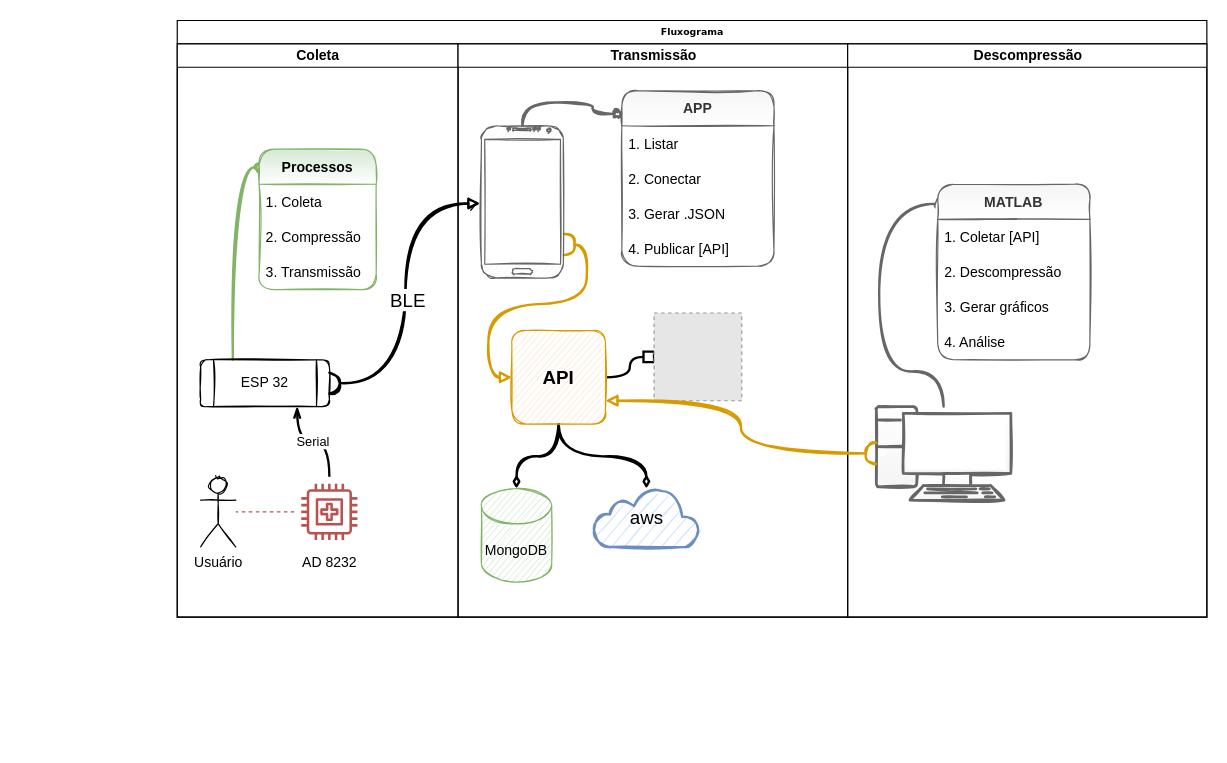
This is Untitled Diagram.drawio from iamcalegari/app-ic, a draw.io file, before an edit. Source tidied: cells renumbered, new cells numbered last; positions are measured from the earlier drawing's top-left corner, leaving out a move shared by most shapes. Both pictures are drawn from the tidied source at 117%, with x=0, y=0 at pixel (177, 20). Pictures stored in the file or linked from it are replaced by grey dashed boxes.
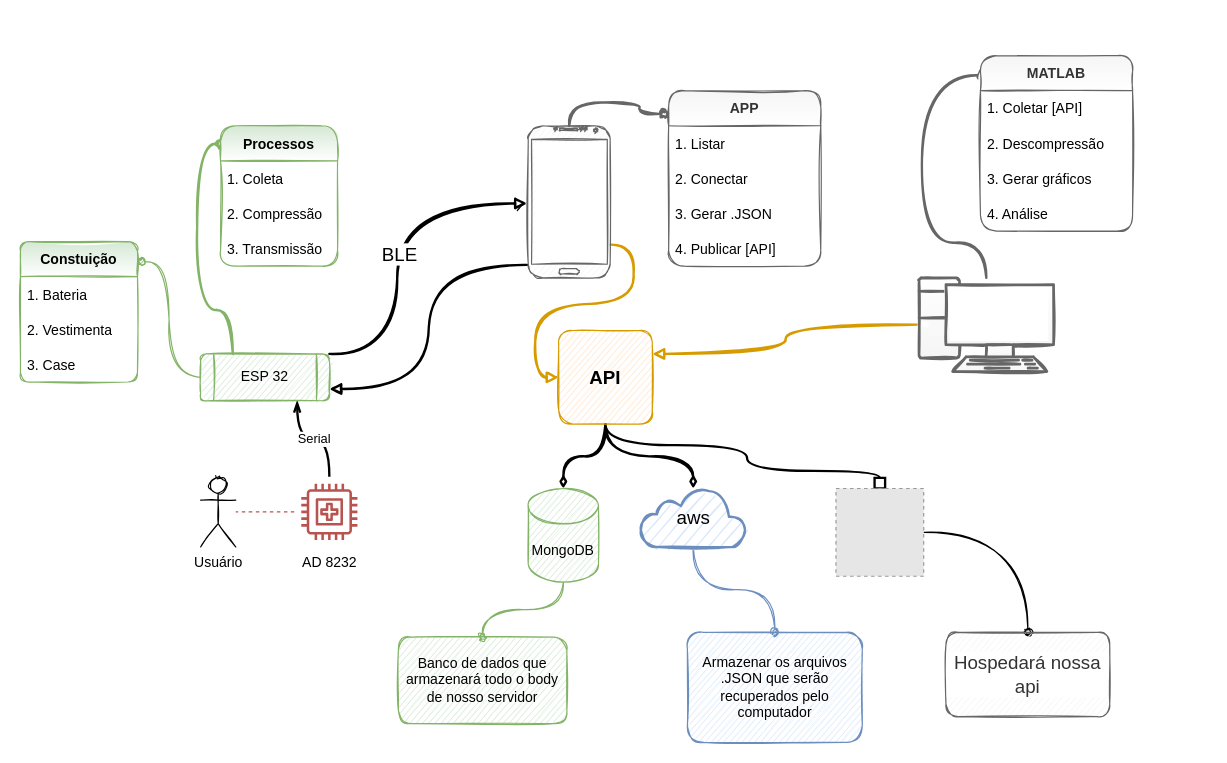
The same page after the edit.

The change refers to these unchanged cells:
```xml
<mxCell id="35" value="MATLAB" style="swimlane;fontStyle=1;horizontal=1;startSize=30;glass=0;sketch=1;rounded=1;fillColor=#f5f5f5;strokeColor=#666666;fontColor=#333333;gradientColor=#ffffff;" parent="34" vertex="1">
  <mxGeometry width="130" height="150" as="geometry" />
</mxCell>
```

The edit, as a diff of the source:
```diff
@@
-    <mxCell id="2" value="Fluxograma" style="swimlane;startSize=20;rounded=0;shadow=0;labelBackgroundColor=none;strokeWidth=1;fontFamily=Verdana;fontSize=8;align=center;html=1;spacing=2;labelPosition=center;verticalLabelPosition=middle;verticalAlign=middle;swimlaneFillColor=default;" parent="1" vertex="1">
-      <mxGeometry width="880" height="510" as="geometry" />
-    </mxCell>
-    <mxCell id="3" value="Coleta" style="swimlane;html=1;startSize=20;" parent="2" vertex="1">
-      <mxGeometry y="20" width="240" height="490" as="geometry" />
-    </mxCell>
+    <mxCell id="40" style="edgeStyle=orthogonalEdgeStyle;curved=1;sketch=1;jettySize=auto;html=1;exitX=1;exitY=0;exitDx=0;exitDy=0;entryX=-0.014;entryY=0.511;entryDx=0;entryDy=0;entryPerimeter=0;fontSize=16;fontColor=#000000;startArrow=none;startFill=0;endArrow=block;endFill=1;strokeWidth=2;" parent="1" edge="1" source="9" target="17">
+      <mxGeometry relative="1" as="geometry">
+        <Array as="points">
+          <mxPoint x="188" y="285" />
+          <mxPoint x="188" y="156" />
+        </Array>
+      </mxGeometry>
+    </mxCell>
+    <mxCell id="41" value="BLE" style="edgeLabel;html=1;align=center;verticalAlign=middle;fontSize=16;fontColor=#000000;" parent="40" vertex="1">
+      <mxGeometry x="-0.03" y="-1" relative="1" as="geometry" />
+    </mxCell>
+    <mxCell id="42" style="edgeStyle=orthogonalEdgeStyle;curved=1;sketch=1;jettySize=auto;html=1;exitX=0;exitY=0.5;exitDx=0;exitDy=0;exitPerimeter=0;entryX=1;entryY=0.25;entryDx=0;entryDy=0;fontSize=16;fontColor=#000000;startArrow=none;startFill=0;endArrow=block;endFill=1;strokeWidth=2;fillColor=#ffe6cc;strokeColor=#d79b00;" parent="1" edge="1" source="33" target="28">
+      <mxGeometry relative="1" as="geometry" />
+    </mxCell>
-    <mxCell id="4" value="Usuário" style="shape=umlActor;verticalLabelPosition=bottom;verticalAlign=top;html=1;outlineConnect=0;sketch=1;" parent="3" vertex="1">
-      <mxGeometry x="20" y="370" width="30" height="60" as="geometry" />
+    <mxCell id="4" value="Usuário" style="shape=umlActor;verticalLabelPosition=bottom;verticalAlign=top;html=1;outlineConnect=0;sketch=1;" parent="1" vertex="1">
+      <mxGeometry x="20" y="390" width="30" height="60" as="geometry" />
     </mxCell>
-    <mxCell id="5" value="Serial" style="edgeStyle=orthogonalEdgeStyle;curved=1;jettySize=auto;html=1;entryX=0.75;entryY=1;entryDx=0;entryDy=0;endArrow=openThin;endFill=0;strokeWidth=2;" parent="3" edge="1" source="7" target="9">
+    <mxCell id="5" value="Serial" style="edgeStyle=orthogonalEdgeStyle;curved=1;jettySize=auto;html=1;entryX=0.75;entryY=1;entryDx=0;entryDy=0;endArrow=openThin;endFill=0;strokeWidth=2;" parent="1" edge="1" source="7" target="9">
       <mxGeometry relative="1" as="geometry" />
     </mxCell>
-    <mxCell id="6" style="edgeStyle=orthogonalEdgeStyle;curved=1;jettySize=auto;html=1;dashed=1;endArrow=none;endFill=0;fillColor=#f8cecc;strokeColor=#b85450;" parent="3" edge="1" source="7" target="4">
+    <mxCell id="6" style="edgeStyle=orthogonalEdgeStyle;curved=1;jettySize=auto;html=1;dashed=1;endArrow=none;endFill=0;fillColor=#f8cecc;strokeColor=#b85450;" parent="1" edge="1" source="7" target="4">
       <mxGeometry relative="1" as="geometry" />
     </mxCell>
-    <mxCell id="7" value="AD 8232" style="sketch=0;outlineConnect=0;strokeColor=#b85450;fillColor=none;dashed=0;verticalLabelPosition=bottom;verticalAlign=top;align=center;html=1;fontSize=12;fontStyle=0;shape=mxgraph.aws4.resourceIcon;resIcon=mxgraph.aws4.medical_emergency;shadow=0;" parent="3" vertex="1">
-      <mxGeometry x="100" y="370" width="60" height="60" as="geometry" />
+    <mxCell id="7" value="AD 8232" style="sketch=0;outlineConnect=0;strokeColor=#b85450;fillColor=none;dashed=0;verticalLabelPosition=bottom;verticalAlign=top;align=center;html=1;fontSize=12;fontStyle=0;shape=mxgraph.aws4.resourceIcon;resIcon=mxgraph.aws4.medical_emergency;shadow=0;" parent="1" vertex="1">
+      <mxGeometry x="100" y="390" width="60" height="60" as="geometry" />
     </mxCell>
-    <mxCell id="8" style="edgeStyle=orthogonalEdgeStyle;curved=1;jettySize=auto;html=1;exitX=0.25;exitY=0;exitDx=0;exitDy=0;entryX=-0.006;entryY=0.128;entryDx=0;entryDy=0;entryPerimeter=0;endArrow=oval;endFill=1;fillColor=#d5e8d4;strokeColor=#82b366;strokeWidth=2;sketch=1;" parent="3" edge="1" source="9" target="10">
+    <mxCell id="8" style="edgeStyle=orthogonalEdgeStyle;curved=1;jettySize=auto;html=1;exitX=0.25;exitY=0;exitDx=0;exitDy=0;entryX=-0.006;entryY=0.128;entryDx=0;entryDy=0;entryPerimeter=0;endArrow=oval;endFill=1;fillColor=#d5e8d4;strokeColor=#82b366;strokeWidth=2;sketch=1;" parent="1" edge="1" source="9" target="10">
       <mxGeometry relative="1" as="geometry" />
     </mxCell>
+    <mxCell id="43" style="edgeStyle=orthogonalEdgeStyle;rounded=0;jettySize=auto;html=1;exitX=0;exitY=0.5;exitDx=0;exitDy=0;entryX=1.038;entryY=0.144;entryDx=0;entryDy=0;entryPerimeter=0;curved=1;sketch=1;endArrow=oval;endFill=1;fillColor=#d5e8d4;strokeColor=#82b366;" parent="1" edge="1" source="9" target="44">
+      <mxGeometry relative="1" as="geometry" />
+    </mxCell>
-    <mxCell id="9" value="ESP 32" style="shape=process;whiteSpace=wrap;html=1;backgroundOutline=1;glass=0;rounded=1;sketch=1;" parent="3" vertex="1">
-      <mxGeometry x="20" y="270" width="110" height="40" as="geometry" />
+    <mxCell id="9" value="ESP 32" style="shape=process;whiteSpace=wrap;html=1;backgroundOutline=1;glass=0;rounded=1;sketch=1;fillColor=#d5e8d4;strokeColor=#82b366;" parent="1" vertex="1">
+      <mxGeometry x="20" y="285" width="110" height="40" as="geometry" />
     </mxCell>
-    <mxCell id="10" value="Processos" style="swimlane;fontStyle=1;horizontal=1;startSize=30;glass=0;sketch=1;rounded=1;fillColor=#d5e8d4;strokeColor=#82b366;gradientColor=#ffffff;" parent="3" vertex="1">
-      <mxGeometry x="70" y="90" width="100" height="120" as="geometry" />
+    <mxCell id="10" value="Processos" style="swimlane;fontStyle=1;horizontal=1;startSize=30;glass=0;sketch=1;rounded=1;fillColor=#d5e8d4;strokeColor=#82b366;gradientColor=#ffffff;" parent="1" vertex="1">
+      <mxGeometry x="37" y="90" width="100" height="120" as="geometry" />
     </mxCell>
@@
-    <mxCell id="14" value="Transmissão" style="swimlane;html=1;startSize=20;" parent="2" vertex="1">
-      <mxGeometry x="240" y="20" width="333" height="490" as="geometry" />
-    </mxCell>
+    <mxCell id="44" value="Constuição" style="swimlane;fontStyle=1;horizontal=1;startSize=30;glass=0;sketch=1;rounded=1;fillColor=#d5e8d4;strokeColor=#82b366;gradientColor=#ffffff;arcSize=9;" parent="1" vertex="1">
+      <mxGeometry x="-134" y="189" width="100" height="120" as="geometry" />
+    </mxCell>
+    <mxCell id="45" value="1. Bateria" style="text;strokeColor=none;fillColor=none;align=left;verticalAlign=middle;spacingLeft=4;spacingRight=4;overflow=hidden;" parent="44" vertex="1">
+      <mxGeometry y="30" width="100" height="30" as="geometry" />
+    </mxCell>
+    <mxCell id="46" value="2. Vestimenta" style="text;strokeColor=none;fillColor=none;align=left;verticalAlign=middle;spacingLeft=4;spacingRight=4;overflow=hidden;" parent="44" vertex="1">
+      <mxGeometry y="60" width="100" height="30" as="geometry" />
+    </mxCell>
+    <mxCell id="47" value="3. Case" style="text;strokeColor=none;fillColor=none;align=left;verticalAlign=middle;spacingLeft=4;spacingRight=4;overflow=hidden;" parent="44" vertex="1">
+      <mxGeometry y="90" width="100" height="30" as="geometry" />
+    </mxCell>
-    <mxCell id="15" style="edgeStyle=orthogonalEdgeStyle;curved=1;jettySize=auto;html=1;entryX=-0.03;entryY=0.132;entryDx=0;entryDy=0;fontSize=9;startArrow=none;startFill=0;endArrow=oval;endFill=1;exitX=0.5;exitY=0;exitDx=0;exitDy=0;exitPerimeter=0;entryPerimeter=0;fillColor=#f5f5f5;strokeColor=#666666;strokeWidth=2;sketch=1;" parent="14" edge="1" source="17" target="19">
+    <mxCell id="15" style="edgeStyle=orthogonalEdgeStyle;curved=1;jettySize=auto;html=1;entryX=-0.03;entryY=0.132;entryDx=0;entryDy=0;fontSize=9;startArrow=none;startFill=0;endArrow=oval;endFill=1;exitX=0.5;exitY=0;exitDx=0;exitDy=0;exitPerimeter=0;entryPerimeter=0;fillColor=#f5f5f5;strokeColor=#666666;strokeWidth=2;sketch=1;" parent="1" edge="1" source="17" target="19">
       <mxGeometry relative="1" as="geometry" />
     </mxCell>
-    <mxCell id="16" style="edgeStyle=orthogonalEdgeStyle;curved=1;jettySize=auto;html=1;entryX=0;entryY=0.5;entryDx=0;entryDy=0;fontSize=16;startArrow=halfCircle;startFill=0;endArrow=block;endFill=1;sketch=1;strokeWidth=2;fillColor=#ffe6cc;strokeColor=#d79b00;shadow=0;exitX=1.005;exitY=0.781;exitDx=0;exitDy=0;exitPerimeter=0;" parent="14" edge="1" source="17" target="28">
+    <mxCell id="16" style="edgeStyle=orthogonalEdgeStyle;curved=1;jettySize=auto;html=1;entryX=0;entryY=0.5;entryDx=0;entryDy=0;fontSize=16;startArrow=none;startFill=0;endArrow=block;endFill=1;sketch=1;strokeWidth=2;fillColor=#ffe6cc;strokeColor=#d79b00;shadow=0;exitX=1.005;exitY=0.781;exitDx=0;exitDy=0;exitPerimeter=0;" parent="1" edge="1" source="17" target="28">
       <mxGeometry relative="1" as="geometry" />
     </mxCell>
+    <mxCell id="48" style="edgeStyle=orthogonalEdgeStyle;curved=1;rounded=0;sketch=1;jettySize=auto;html=1;entryX=1;entryY=0.75;entryDx=0;entryDy=0;fontSize=16;startArrow=none;startFill=0;endArrow=block;endFill=1;exitX=-0.014;exitY=0.915;exitDx=0;exitDy=0;exitPerimeter=0;strokeWidth=2;" parent="1" edge="1" source="17" target="9">
+      <mxGeometry relative="1" as="geometry" />
+    </mxCell>
-    <mxCell id="17" style="verticalLabelPosition=bottom;verticalAlign=top;html=1;shadow=0;dashed=0;strokeWidth=1;shape=mxgraph.android.phone2;strokeColor=#666666;rounded=1;glass=0;sketch=1;fillColor=#f5f5f5;fontColor=#333333;" parent="14" vertex="1">
-      <mxGeometry x="20" y="70" width="70" height="130" as="geometry" />
+    <mxCell id="17" style="verticalLabelPosition=bottom;verticalAlign=top;html=1;shadow=0;dashed=0;strokeWidth=1;shape=mxgraph.android.phone2;strokeColor=#666666;rounded=1;glass=0;sketch=1;fillColor=#f5f5f5;fontColor=#333333;" parent="1" vertex="1">
+      <mxGeometry x="300" y="90" width="70" height="130" as="geometry" />
     </mxCell>
+    <mxCell id="49" style="edgeStyle=orthogonalEdgeStyle;curved=1;rounded=0;sketch=1;jettySize=auto;html=1;endArrow=oval;endFill=1;fillColor=#d5e8d4;strokeColor=#82b366;" parent="1" edge="1" source="18" target="53">
+      <mxGeometry relative="1" as="geometry" />
+    </mxCell>
-    <mxCell id="18" value="MongoDB" style="shape=cylinder3;whiteSpace=wrap;html=1;boundedLbl=1;backgroundOutline=1;size=15;rounded=1;shadow=0;glass=0;sketch=1;fillColor=#d5e8d4;strokeColor=#82b366;" parent="14" vertex="1">
-      <mxGeometry x="20" y="380" width="60" height="80" as="geometry" />
+    <mxCell id="18" value="MongoDB" style="shape=cylinder3;whiteSpace=wrap;html=1;boundedLbl=1;backgroundOutline=1;size=15;rounded=1;shadow=0;glass=0;sketch=1;fillColor=#d5e8d4;strokeColor=#82b366;" parent="1" vertex="1">
+      <mxGeometry x="300" y="400" width="60" height="80" as="geometry" />
     </mxCell>
-    <mxCell id="19" value="APP" style="swimlane;fontStyle=1;horizontal=1;startSize=30;glass=0;sketch=1;rounded=1;fillColor=#f5f5f5;strokeColor=#666666;fontColor=#333333;gradientColor=#ffffff;" parent="14" vertex="1">
-      <mxGeometry x="140" y="40" width="130" height="150" as="geometry" />
+    <mxCell id="19" value="APP" style="swimlane;fontStyle=1;horizontal=1;startSize=30;glass=0;sketch=1;rounded=1;fillColor=#f5f5f5;strokeColor=#666666;fontColor=#333333;gradientColor=#ffffff;" parent="1" vertex="1">
+      <mxGeometry x="420" y="60" width="130" height="150" as="geometry" />
     </mxCell>
-    <mxCell id="20" value="1. Listar" style="text;strokeColor=none;fillColor=none;align=left;verticalAlign=middle;spacingLeft=4;spacingRight=4;overflow=hidden;" parent="14" vertex="1">
-      <mxGeometry x="140" y="70" width="130" height="30" as="geometry" />
+    <mxCell id="20" value="1. Listar" style="text;strokeColor=none;fillColor=none;align=left;verticalAlign=middle;spacingLeft=4;spacingRight=4;overflow=hidden;" parent="1" vertex="1">
+      <mxGeometry x="420" y="90" width="130" height="30" as="geometry" />
     </mxCell>
-    <mxCell id="21" value="2. Conectar" style="text;strokeColor=none;fillColor=none;align=left;verticalAlign=middle;spacingLeft=4;spacingRight=4;overflow=hidden;" parent="14" vertex="1">
-      <mxGeometry x="140" y="100" width="130" height="30" as="geometry" />
+    <mxCell id="21" value="2. Conectar" style="text;strokeColor=none;fillColor=none;align=left;verticalAlign=middle;spacingLeft=4;spacingRight=4;overflow=hidden;" parent="1" vertex="1">
+      <mxGeometry x="420" y="120" width="130" height="30" as="geometry" />
     </mxCell>
-    <mxCell id="22" value="3. Gerar .JSON" style="text;strokeColor=none;fillColor=none;align=left;verticalAlign=middle;spacingLeft=4;spacingRight=4;overflow=hidden;" parent="14" vertex="1">
-      <mxGeometry x="140" y="130" width="130" height="30" as="geometry" />
+    <mxCell id="22" value="3. Gerar .JSON" style="text;strokeColor=none;fillColor=none;align=left;verticalAlign=middle;spacingLeft=4;spacingRight=4;overflow=hidden;" parent="1" vertex="1">
+      <mxGeometry x="420" y="150" width="130" height="30" as="geometry" />
     </mxCell>
-    <mxCell id="23" value="4. Publicar [API]" style="text;strokeColor=none;fillColor=none;align=left;verticalAlign=middle;spacingLeft=4;spacingRight=4;overflow=hidden;" parent="14" vertex="1">
-      <mxGeometry x="140" y="160" width="130" height="30" as="geometry" />
+    <mxCell id="23" value="4. Publicar [API]" style="text;strokeColor=none;fillColor=none;align=left;verticalAlign=middle;spacingLeft=4;spacingRight=4;overflow=hidden;" parent="1" vertex="1">
+      <mxGeometry x="420" y="180" width="130" height="30" as="geometry" />
     </mxCell>
-    <mxCell id="24" style="group;" parent="14" vertex="1">
-      <mxGeometry x="140" y="190" width="130" height="90" as="geometry" />
+    <mxCell id="24" style="group;" parent="1" vertex="1">
+      <mxGeometry x="420" y="210" width="130" height="90" as="geometry" />
     </mxCell>
-    <mxCell id="25" style="edgeStyle=orthogonalEdgeStyle;curved=1;sketch=1;jettySize=auto;html=1;exitX=0.5;exitY=1;exitDx=0;exitDy=0;entryX=0.5;entryY=0;entryDx=0;entryDy=0;entryPerimeter=0;fontSize=16;startArrow=none;startFill=0;endArrow=diamondThin;endFill=1;strokeWidth=2;" parent="14" edge="1" source="28" target="18">
+    <mxCell id="25" style="edgeStyle=orthogonalEdgeStyle;curved=1;sketch=1;jettySize=auto;html=1;exitX=0.5;exitY=1;exitDx=0;exitDy=0;entryX=0.5;entryY=0;entryDx=0;entryDy=0;entryPerimeter=0;fontSize=16;startArrow=none;startFill=0;endArrow=diamondThin;endFill=1;strokeWidth=2;" parent="1" edge="1" source="28" target="18">
       <mxGeometry relative="1" as="geometry" />
     </mxCell>
-    <mxCell id="26" style="edgeStyle=orthogonalEdgeStyle;curved=1;sketch=1;jettySize=auto;html=1;exitX=0.5;exitY=1;exitDx=0;exitDy=0;fontSize=16;startArrow=none;startFill=0;endArrow=diamondThin;endFill=1;strokeWidth=2;" parent="14" edge="1" source="28" target="30">
+    <mxCell id="26" style="edgeStyle=orthogonalEdgeStyle;curved=1;sketch=1;jettySize=auto;html=1;exitX=0.5;exitY=1;exitDx=0;exitDy=0;fontSize=16;startArrow=none;startFill=0;endArrow=diamondThin;endFill=1;strokeWidth=2;" parent="1" edge="1" source="28" target="30">
       <mxGeometry relative="1" as="geometry" />
     </mxCell>
-    <mxCell id="27" style="edgeStyle=orthogonalEdgeStyle;curved=1;sketch=0;jettySize=auto;html=1;entryX=0;entryY=0.5;entryDx=0;entryDy=0;fontSize=16;startArrow=none;startFill=0;endArrow=box;endFill=0;strokeWidth=2;" parent="14" edge="1" source="28" target="29">
-      <mxGeometry relative="1" as="geometry" />
+    <mxCell id="27" style="edgeStyle=orthogonalEdgeStyle;curved=1;sketch=0;jettySize=auto;html=1;entryX=0.5;entryY=0;entryDx=0;entryDy=0;fontSize=16;startArrow=none;startFill=0;endArrow=box;endFill=0;strokeWidth=2;exitX=0.5;exitY=1;exitDx=0;exitDy=0;" parent="1" edge="1" source="28" target="29">
+      <mxGeometry relative="1" as="geometry">
+        <Array as="points">
+          <mxPoint x="366" y="363" />
+          <mxPoint x="487" y="363" />
+          <mxPoint x="487" y="385" />
+          <mxPoint x="601" y="385" />
+        </Array>
+      </mxGeometry>
     </mxCell>
-    <mxCell id="28" value="&lt;font style=&quot;font-size: 16px;&quot;&gt;API&lt;/font&gt;" style="whiteSpace=wrap;html=1;rounded=1;shadow=0;glass=0;sketch=1;fontSize=9;fillColor=#ffe6cc;fontStyle=1;strokeColor=#d79b00;gradientDirection=radial;fillStyle=auto;" parent="14" vertex="1">
-      <mxGeometry x="46" y="245" width="80" height="80" as="geometry" />
+    <mxCell id="28" value="&lt;font style=&quot;font-size: 16px;&quot;&gt;API&lt;/font&gt;" style="whiteSpace=wrap;html=1;rounded=1;shadow=0;glass=0;sketch=1;fontSize=9;fillColor=#ffe6cc;fontStyle=1;strokeColor=#d79b00;gradientDirection=radial;fillStyle=auto;" parent="1" vertex="1">
+      <mxGeometry x="326" y="265" width="80" height="80" as="geometry" />
     </mxCell>
+    <mxCell id="50" style="edgeStyle=orthogonalEdgeStyle;curved=1;rounded=0;sketch=1;jettySize=auto;html=1;endArrow=oval;endFill=1;" parent="1" edge="1" source="29" target="54">
+      <mxGeometry relative="1" as="geometry" />
+    </mxCell>
-    <mxCell id="29" style="fillColor=#E6E6E6;strokeColor=#999999;dashed=1;html=1;verticalAlign=top;verticalLabelPosition=bottom;labelBackgroundColor=#ffffff;fontSize=16;" parent="14" vertex="1">
-      <mxGeometry x="167.5" y="230" width="75" height="75" as="geometry" />
+    <mxCell id="29" style="fillColor=#E6E6E6;strokeColor=#999999;dashed=1;html=1;verticalAlign=top;verticalLabelPosition=bottom;labelBackgroundColor=#ffffff;fontSize=16;" parent="1" vertex="1">
+      <mxGeometry x="563" y="400" width="75" height="75" as="geometry" />
     </mxCell>
+    <mxCell id="51" style="edgeStyle=orthogonalEdgeStyle;curved=1;rounded=0;sketch=1;jettySize=auto;html=1;exitX=0.5;exitY=1;exitDx=0;exitDy=0;exitPerimeter=0;entryX=0.5;entryY=0;entryDx=0;entryDy=0;endArrow=oval;endFill=1;fillColor=#dae8fc;strokeColor=#6c8ebf;" parent="1" edge="1" source="30" target="52">
+      <mxGeometry relative="1" as="geometry" />
+    </mxCell>
-    <mxCell id="30" value="aws" style="html=1;outlineConnect=0;fillColor=#dae8fc;strokeColor=#6c8ebf;gradientDirection=north;strokeWidth=2;shape=mxgraph.networks.cloud;rounded=1;shadow=0;glass=0;sketch=1;fillStyle=auto;fontSize=16;" parent="14" vertex="1">
-      <mxGeometry x="116" y="380" width="90" height="50" as="geometry" />
+    <mxCell id="30" value="aws" style="html=1;outlineConnect=0;fillColor=#dae8fc;strokeColor=#6c8ebf;gradientDirection=north;strokeWidth=2;shape=mxgraph.networks.cloud;rounded=1;shadow=0;glass=0;sketch=1;fillStyle=auto;fontSize=16;" parent="1" vertex="1">
+      <mxGeometry x="396" y="400" width="90" height="50" as="geometry" />
     </mxCell>
-    <mxCell id="31" value="Descompressão" style="swimlane;html=1;startSize=20;align=center;fillColor=default;gradientColor=none;" parent="2" vertex="1">
-      <mxGeometry x="573" y="20" width="307" height="490" as="geometry" />
-    </mxCell>
-    <mxCell id="32" style="edgeStyle=orthogonalEdgeStyle;curved=1;sketch=1;jettySize=auto;html=1;entryX=0.005;entryY=0.112;entryDx=0;entryDy=0;entryPerimeter=0;shadow=0;fontSize=16;fontColor=#000000;startArrow=none;startFill=0;endArrow=oval;endFill=1;strokeWidth=2;fillColor=#f5f5f5;strokeColor=#666666;" parent="31" edge="1" source="33" target="35">
+    <mxCell id="32" style="edgeStyle=orthogonalEdgeStyle;curved=1;sketch=1;jettySize=auto;html=1;entryX=0.005;entryY=0.112;entryDx=0;entryDy=0;entryPerimeter=0;shadow=0;fontSize=16;fontColor=#000000;startArrow=none;startFill=0;endArrow=oval;endFill=1;strokeWidth=2;fillColor=#f5f5f5;strokeColor=#666666;" parent="1" edge="1" source="33" target="35">
       <mxGeometry relative="1" as="geometry">
         <Array as="points">
-          <mxPoint x="82" y="280" />
-          <mxPoint x="27" y="280" />
-          <mxPoint x="27" y="137" />
+          <mxPoint x="691.5" y="190" />
+          <mxPoint x="636.5" y="190" />
+          <mxPoint x="636.5" y="47" />
         </Array>
       </mxGeometry>
     </mxCell>
-    <mxCell id="33" style="verticalAlign=top;verticalLabelPosition=bottom;labelPosition=center;align=center;html=1;outlineConnect=0;gradientDirection=north;strokeWidth=2;shape=mxgraph.networks.pc;rounded=1;shadow=0;glass=0;sketch=1;fillStyle=auto;fontSize=16;fillColor=#f5f5f5;strokeColor=#666666;fontColor=#333333;gradientColor=#ffffff;" parent="31" vertex="1">
-      <mxGeometry x="24.5" y="310" width="115" height="80" as="geometry" />
+    <mxCell id="33" style="verticalAlign=top;verticalLabelPosition=bottom;labelPosition=center;align=center;html=1;outlineConnect=0;gradientDirection=north;strokeWidth=2;shape=mxgraph.networks.pc;rounded=1;shadow=0;glass=0;sketch=1;fillStyle=auto;fontSize=16;fillColor=#f5f5f5;strokeColor=#666666;fontColor=#333333;gradientColor=#ffffff;" parent="1" vertex="1">
+      <mxGeometry x="634" y="220" width="115" height="80" as="geometry" />
     </mxCell>
-    <mxCell id="34" style="group;" parent="31" vertex="1">
-      <mxGeometry x="77" y="120" width="130" height="150" as="geometry" />
+    <mxCell id="34" style="group;" parent="1" vertex="1">
+      <mxGeometry x="686.5" y="30" width="130" height="150" as="geometry" />
     </mxCell>
@@
-    <mxCell id="40" style="edgeStyle=orthogonalEdgeStyle;curved=1;sketch=1;jettySize=auto;html=1;exitX=1;exitY=0.5;exitDx=0;exitDy=0;entryX=-0.014;entryY=0.511;entryDx=0;entryDy=0;entryPerimeter=0;fontSize=16;fontColor=#000000;startArrow=halfCircle;startFill=0;endArrow=block;endFill=1;strokeWidth=2;" parent="2" edge="1" source="9" target="17">
-      <mxGeometry relative="1" as="geometry" />
-    </mxCell>
-    <mxCell id="41" value="BLE" style="edgeLabel;html=1;align=center;verticalAlign=middle;fontSize=16;fontColor=#000000;" parent="40" vertex="1">
-      <mxGeometry x="-0.03" y="-1" relative="1" as="geometry" />
-    </mxCell>
-    <mxCell id="42" style="edgeStyle=orthogonalEdgeStyle;curved=1;sketch=1;jettySize=auto;html=1;exitX=0;exitY=0.5;exitDx=0;exitDy=0;exitPerimeter=0;entryX=1;entryY=0.75;entryDx=0;entryDy=0;fontSize=16;fontColor=#000000;startArrow=halfCircle;startFill=0;endArrow=block;endFill=1;strokeWidth=2;fillColor=#ffe6cc;strokeColor=#d79b00;" parent="2" edge="1" source="33" target="28">
-      <mxGeometry relative="1" as="geometry" />
-    </mxCell>
+    <mxCell id="52" value="Armazenar os arquivos .JSON que serão recuperados pelo computador" style="rounded=1;whiteSpace=wrap;html=1;sketch=1;fillColor=#dae8fc;strokeColor=#6c8ebf;" parent="1" vertex="1">
+      <mxGeometry x="436" y="523" width="149.5" height="94" as="geometry" />
+    </mxCell>
+    <mxCell id="53" value="Banco de dados que armazenará todo o body de nosso servidor" style="whiteSpace=wrap;html=1;fillColor=#d5e8d4;strokeColor=#82b366;rounded=1;shadow=0;glass=0;sketch=1;" parent="1" vertex="1">
+      <mxGeometry x="189" y="527" width="144" height="74" as="geometry" />
+    </mxCell>
+    <mxCell id="54" value="Hospedará nossa api" style="whiteSpace=wrap;html=1;fontSize=16;verticalAlign=middle;fillColor=#f5f5f5;labelBackgroundColor=#ffffff;rounded=1;shadow=0;glass=0;sketch=1;fontColor=#333333;strokeColor=#666666;align=center;" parent="1" vertex="1">
+      <mxGeometry x="657" y="523" width="140" height="72" as="geometry" />
+    </mxCell>
```
